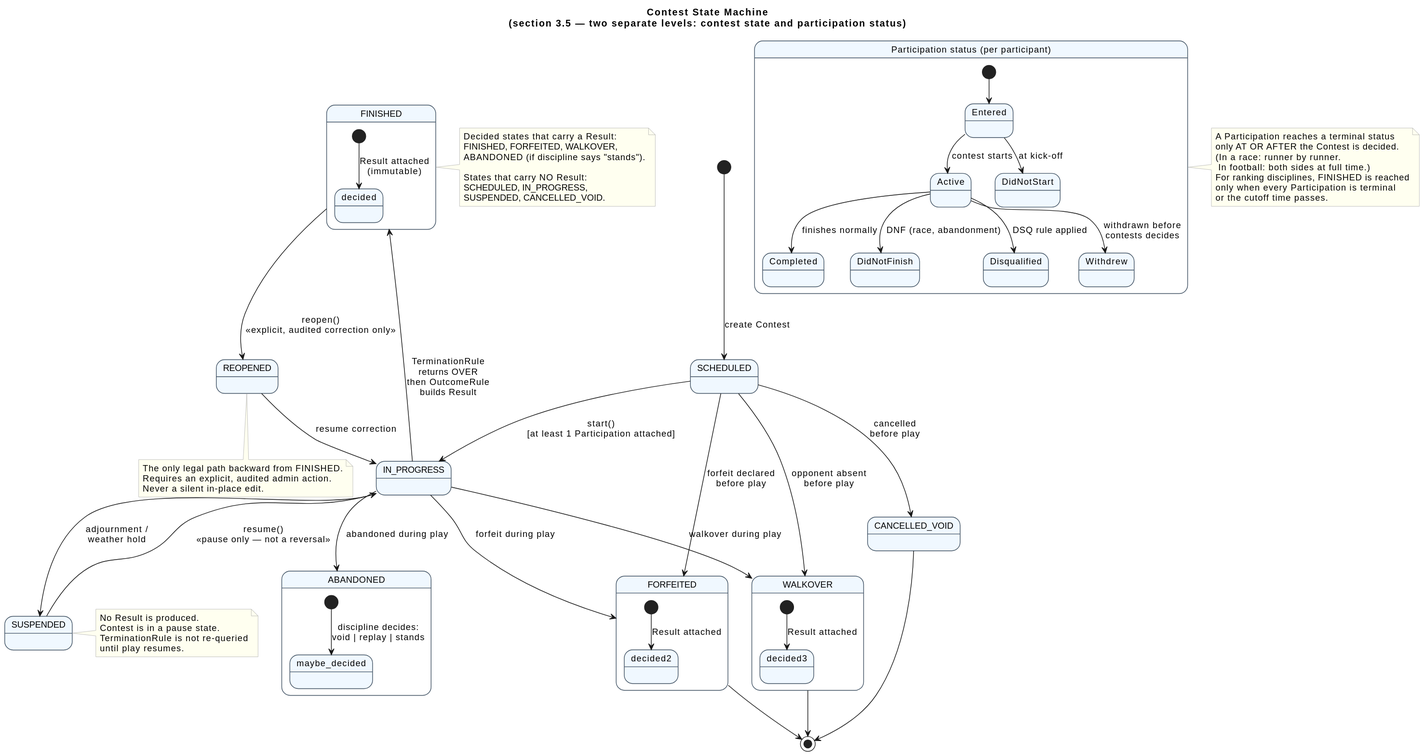
This is docs/report/diagrams/contest-state-machine.svg from aymericz3/sdm-sports-competition-framework, a PlantUML export, as it was before one commit. The source it was exported from:
```plantuml
@startuml
skinparam ArrowThickness 1
skinparam StateBorderThickness 1
skinparam StateBackgroundColor #F0F8FF
skinparam StateBorderColor #445566
skinparam StateFontSize 13
skinparam NoteBackgroundColor #FFFFF0
skinparam NoteBorderColor #AAAAAA

title Contest State Machine\n(section 3.5 — two separate levels: contest state and participation status)

[*] --> SCHEDULED : create Contest

SCHEDULED --> IN_PROGRESS   : start()\n[at least 1 Participation attached]
SCHEDULED --> FORFEITED     : forfeit declared\nbefore play
SCHEDULED --> WALKOVER      : opponent absent\nbefore play
SCHEDULED --> CANCELLED_VOID : cancelled\nbefore play

IN_PROGRESS --> SUSPENDED   : adjournment /\nweather hold
SUSPENDED   --> IN_PROGRESS : resume()\n«pause only — not a reversal»

IN_PROGRESS --> FINISHED    : TerminationRule\nreturns OVER\nthen OutcomeRule\nbuilds Result
IN_PROGRESS --> FORFEITED   : forfeit during play
IN_PROGRESS --> ABANDONED   : abandoned during play
IN_PROGRESS --> WALKOVER    : walkover during play

FINISHED    --> REOPENED    : reopen()\n«explicit, audited correction only»
REOPENED    --> IN_PROGRESS : resume correction

FORFEITED    --> [*]
WALKOVER     --> [*]
CANCELLED_VOID --> [*]

state "FINISHED" as FINISHED {
  [*] --> decided : Result attached\n(immutable)
}
state "ABANDONED" as ABANDONED {
  [*] --> maybe_decided : discipline decides:\nvoid | replay | stands
}
state "FORFEITED" as FORFEITED {
  [*] --> decided2 : Result attached
}
state "WALKOVER" as WALKOVER {
  [*] --> decided3 : Result attached
}

note right of FINISHED
  Decided states that carry a Result:
  FINISHED, FORFEITED, WALKOVER,
  ABANDONED (if discipline says "stands").

  States that carry NO Result:
  SCHEDULED, IN_PROGRESS,
  SUSPENDED, CANCELLED_VOID.
end note

note right of SUSPENDED
  No Result is produced.
  Contest is in a pause state.
  TerminationRule is not re-queried
  until play resumes.
end note

note bottom of REOPENED
  The only legal path backward from FINISHED.
  Requires an explicit, audited admin action.
  Never a silent in-place edit.
end note

state "Participation status (per participant)" as PS {
  [*]          --> Entered
  Entered      --> Active        : contest starts
  Entered      --> DidNotStart   : at kick-off
  Active       --> Completed     : finishes normally
  Active       --> DidNotFinish  : DNF (race, abandonment)
  Active       --> Disqualified  : DSQ rule applied
  Active       --> Withdrew      : withdrawn before\ncontests decides
}

note right of PS
  A Participation reaches a terminal status
  only AT OR AFTER the Contest is decided.
  (In a race: runner by runner.
   In football: both sides at full time.)
  For ranking disciplines, FINISHED is reached
  only when every Participation is terminal
  or the cutoff time passes.
end note
@enduml
```
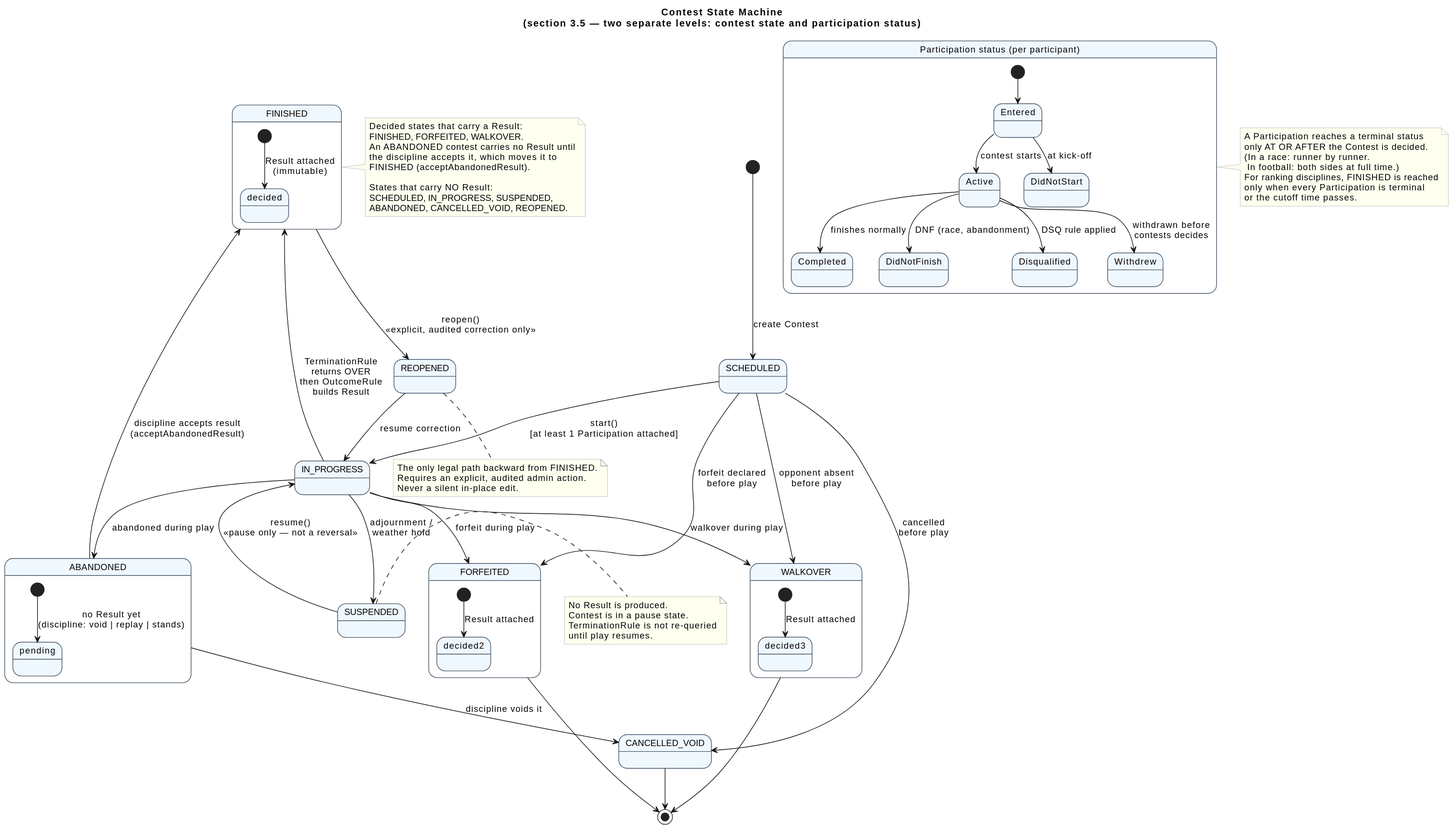
The same file after the commit.

Diff of the diagram source:
```diff
@@ -24,6 +24,9 @@
 IN_PROGRESS --> ABANDONED   : abandoned during play
 IN_PROGRESS --> WALKOVER    : walkover during play
 
+ABANDONED   --> FINISHED       : discipline accepts result\n(acceptAbandonedResult)
+ABANDONED   --> CANCELLED_VOID : discipline voids it
+
 FINISHED    --> REOPENED    : reopen()\n«explicit, audited correction only»
 REOPENED    --> IN_PROGRESS : resume correction
 
@@ -35,7 +38,7 @@
   [*] --> decided : Result attached\n(immutable)
 }
 state "ABANDONED" as ABANDONED {
-  [*] --> maybe_decided : discipline decides:\nvoid | replay | stands
+  [*] --> pending : no Result yet\n(discipline: void | replay | stands)
 }
 state "FORFEITED" as FORFEITED {
   [*] --> decided2 : Result attached
@@ -46,12 +49,14 @@
 
 note right of FINISHED
   Decided states that carry a Result:
-  FINISHED, FORFEITED, WALKOVER,
-  ABANDONED (if discipline says "stands").
+  FINISHED, FORFEITED, WALKOVER.
+  An ABANDONED contest carries no Result until
+  the discipline accepts it, which moves it to
+  FINISHED (acceptAbandonedResult).
 
   States that carry NO Result:
-  SCHEDULED, IN_PROGRESS,
-  SUSPENDED, CANCELLED_VOID.
+  SCHEDULED, IN_PROGRESS, SUSPENDED,
+  ABANDONED, CANCELLED_VOID, REOPENED.
 end note
 
 note right of SUSPENDED
```
